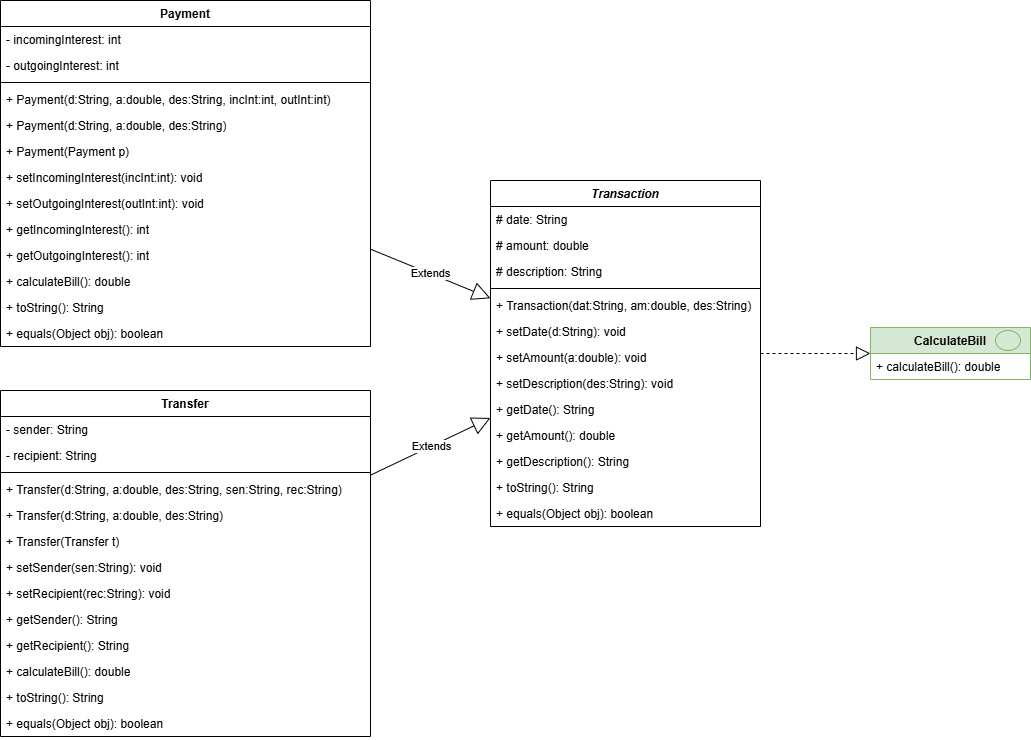
Earlier version of the draw.io export P2/P2-UML.png (ZiinoMario/OoS). Source tidied: cells renumbered, new cells last; positions are measured from the earlier drawing's top-left corner, leaving out a move shared by most shapes.
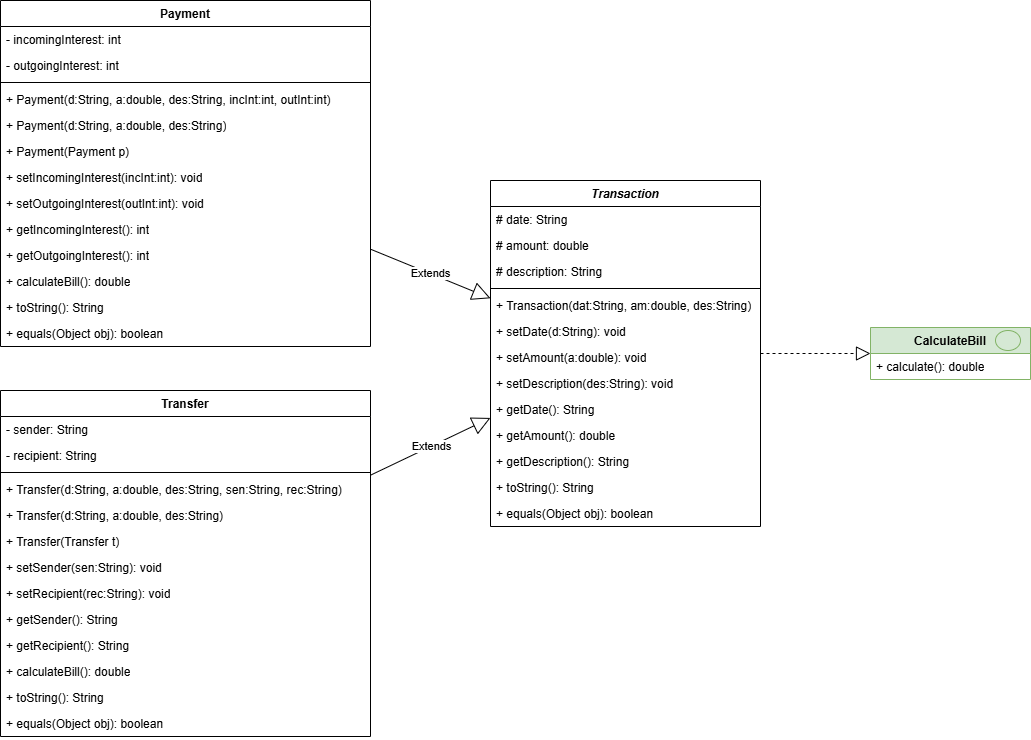
The same file after the commit.

Change to the diagram source:
```diff
@@ -53,7 +53,7 @@
     <mxCell id="18" value="CalculateBill" style="swimlane;fontStyle=1;align=center;verticalAlign=top;horizontal=1;startSize=26;whiteSpace=wrap;html=1;fillColor=#D5E8D4;strokeColor=#82b366;" parent="17" vertex="1">
       <mxGeometry width="160" height="52" as="geometry" />
     </mxCell>
-    <mxCell id="19" value="+ calculateBill(): double" style="text;strokeColor=none;fillColor=none;align=left;verticalAlign=top;spacingLeft=4;spacingRight=4;overflow=hidden;whiteSpace=wrap;html=1;" parent="18" vertex="1">
+    <mxCell id="19" value="+ calculate(): double" style="text;strokeColor=none;fillColor=none;align=left;verticalAlign=top;spacingLeft=4;spacingRight=4;overflow=hidden;whiteSpace=wrap;html=1;" parent="18" vertex="1">
       <mxGeometry y="26" width="160" height="26" as="geometry" />
     </mxCell>
     <mxCell id="20" style="ellipse;whiteSpace=wrap;html=1;fillColor=#d5e8d4;strokeColor=#82b366;" parent="17" vertex="1">
```
